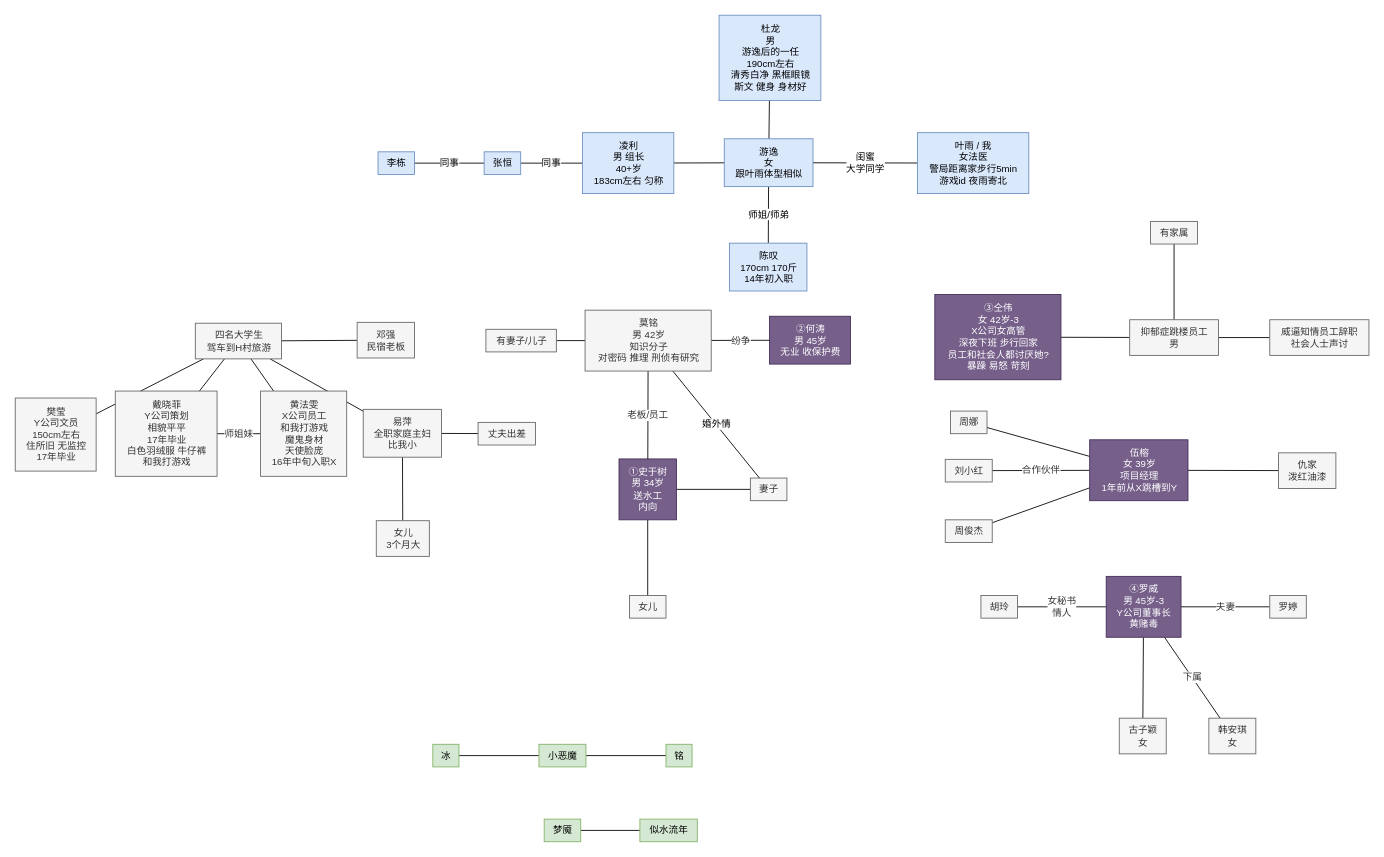
Before: page "5301" (12 of 12) of 剧本杀人物关系【总图】.drawio in luboq/draw.io, a draw.io diagram. Source tidied: cells renumbered, new cells numbered last; positions are measured from the earlier drawing's top-left corner, leaving out a move shared by most shapes. Both pictures are drawn from the tidied source at 87%, with x=0, y=0 at pixel (15, 15).
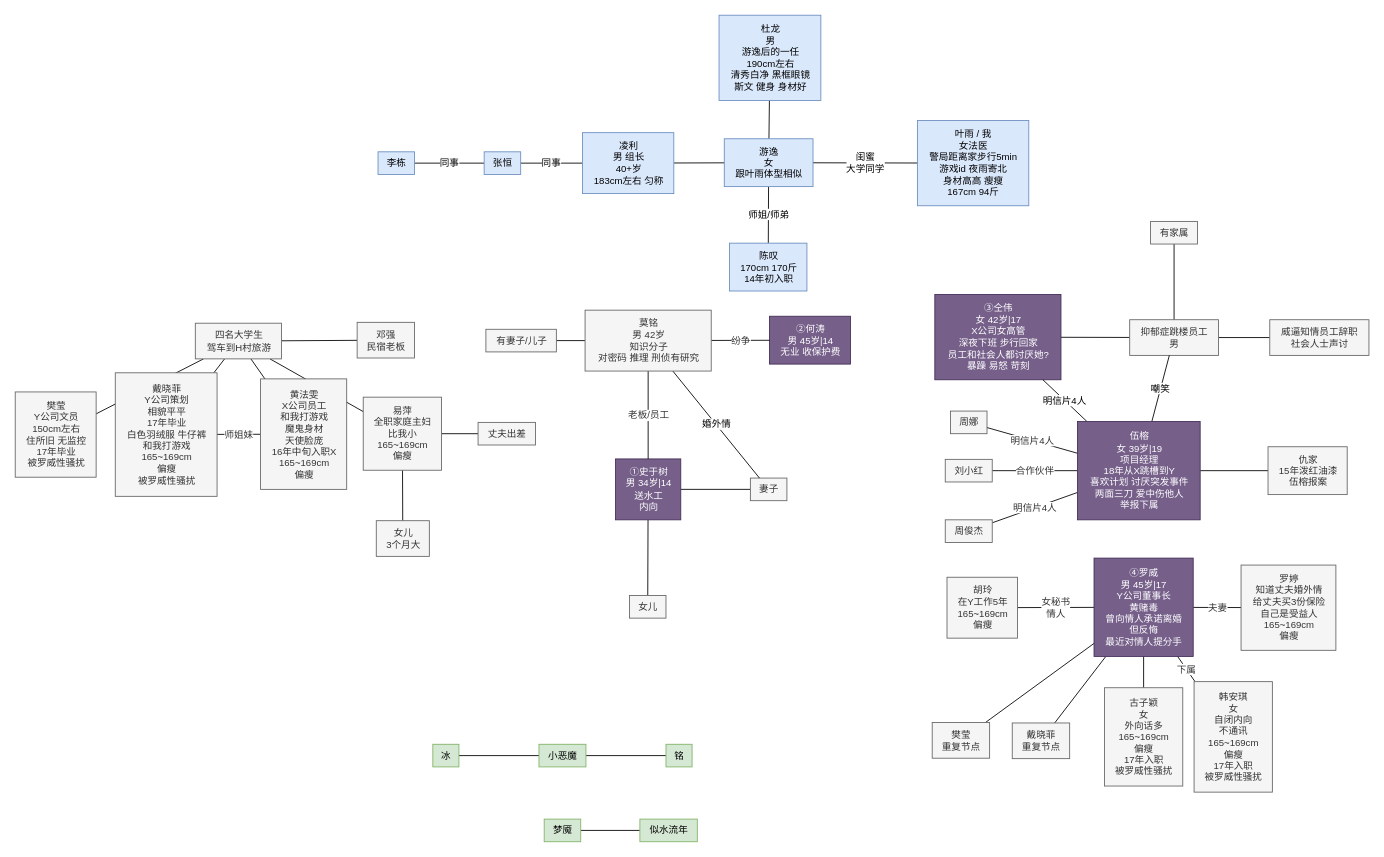
After the change.

Commit message:
更新剧本杀人物关系【总图】.drawio

Unchanged cells that the change refers to:
```xml
<mxCell id="38" value="抑郁症跳楼员工&lt;br&gt;男" style="text;html=1;align=center;verticalAlign=middle;points=[];strokeColor=#666666;fillColor=#f5f5f5;fontSize=11;fontFamily=Helvetica;fontColor=#333333;" parent="1" vertex="1">
  <mxGeometry x="1281" y="350" width="102" height="41" as="geometry" />
</mxCell>
<mxCell id="64" value="周娜" style="text;html=1;align=center;verticalAlign=middle;points=[];strokeColor=#666666;fillColor=#f5f5f5;fontSize=11;fontFamily=Helvetica;fontColor=#333333;" parent="1" vertex="1">
  <mxGeometry x="1075" y="455" width="42" height="26" as="geometry" />
</mxCell>
<mxCell id="66" value="周俊杰" style="text;html=1;align=center;verticalAlign=middle;points=[];strokeColor=#666666;fillColor=#f5f5f5;fontSize=11;fontFamily=Helvetica;fontColor=#333333;" parent="1" vertex="1">
  <mxGeometry x="1069" y="580" width="54" height="26" as="geometry" />
</mxCell>
```

Diff of the diagram source:
```diff
@@
-    <mxCell id="8" value="叶雨 / 我&lt;br&gt;女法医&lt;br&gt;警局距离家步行5min&lt;br&gt;游戏id 夜雨寄北" style="text;html=1;align=center;verticalAlign=middle;points=[];strokeColor=#6c8ebf;fillColor=#dae8fc;fontSize=11;fontFamily=Helvetica;" parent="1" vertex="1">
-      <mxGeometry x="1037" y="135" width="128" height="70" as="geometry" />
+    <mxCell id="8" value="叶雨 / 我&lt;br&gt;女法医&lt;br&gt;警局距离家步行5min&lt;br&gt;游戏id 夜雨寄北&lt;br&gt;身材高高 瘦瘦&lt;br&gt;167cm 94斤" style="text;html=1;align=center;verticalAlign=middle;points=[];strokeColor=#6c8ebf;fillColor=#dae8fc;fontSize=11;fontFamily=Helvetica;" parent="1" vertex="1">
+      <mxGeometry x="1037" y="121" width="128" height="98" as="geometry" />
     </mxCell>
@@
-    <mxCell id="16" value="①史于树&lt;br&gt;男 34岁&lt;br&gt;送水工&lt;br&gt;内向" style="text;html=1;align=center;verticalAlign=middle;points=[];strokeColor=#432D57;fillColor=#76608a;fontSize=11;fontFamily=Helvetica;fontColor=#ffffff;" parent="1" vertex="1">
-      <mxGeometry x="694" y="510" width="66" height="70" as="geometry" />
+    <mxCell id="16" value="①史于树&lt;br&gt;男 34岁|14&lt;br&gt;送水工&lt;br&gt;内向" style="text;html=1;align=center;verticalAlign=middle;points=[];strokeColor=#432D57;fillColor=#76608a;fontSize=11;fontFamily=Helvetica;fontColor=#ffffff;" parent="1" vertex="1">
+      <mxGeometry x="690" y="510" width="75" height="70" as="geometry" />
     </mxCell>
@@
-    <mxCell id="19" value="②何涛&lt;br&gt;男 45岁&lt;br&gt;无业 收保护费" style="text;html=1;align=center;verticalAlign=middle;points=[];strokeColor=#432D57;fillColor=#76608a;fontSize=11;fontFamily=Helvetica;fontColor=#ffffff;" parent="1" vertex="1">
+    <mxCell id="19" value="②何涛&lt;br&gt;男 45岁|14&lt;br&gt;无业 收保护费" style="text;html=1;align=center;verticalAlign=middle;points=[];strokeColor=#432D57;fillColor=#76608a;fontSize=11;fontFamily=Helvetica;fontColor=#ffffff;" parent="1" vertex="1">
       <mxGeometry x="867" y="346" width="93" height="55" as="geometry" />
     </mxCell>
@@
-    <mxCell id="35" value="③仝伟&lt;br&gt;女 42岁-3&lt;br&gt;X公司女高管&lt;br&gt;深夜下班 步行回家&lt;br style=&quot;border-color: var(--border-color);&quot;&gt;员工和社会人都讨厌她?&lt;br&gt;暴躁 易怒 苛刻" style="text;html=1;align=center;verticalAlign=middle;points=[];strokeColor=#432D57;fillColor=#76608a;fontSize=11;fontFamily=Helvetica;fontColor=#ffffff;" parent="1" vertex="1">
+    <mxCell id="35" value="③仝伟&lt;br&gt;女 42岁|17&lt;br&gt;X公司女高管&lt;br&gt;深夜下班 步行回家&lt;br style=&quot;border-color: var(--border-color);&quot;&gt;员工和社会人都讨厌她?&lt;br&gt;暴躁 易怒 苛刻" style="text;html=1;align=center;verticalAlign=middle;points=[];strokeColor=#432D57;fillColor=#76608a;fontSize=11;fontFamily=Helvetica;fontColor=#ffffff;" parent="1" vertex="1">
       <mxGeometry x="1057" y="321" width="145" height="98" as="geometry" />
     </mxCell>
@@
+    <mxCell id="76" style="edgeStyle=none;shape=connector;rounded=0;jettySize=auto;html=1;labelBackgroundColor=default;strokeColor=default;fontFamily=Helvetica;fontSize=11;fontColor=default;endArrow=none;endFill=0;" parent="1" edge="1" source="44" target="80">
+      <mxGeometry relative="1" as="geometry" />
+    </mxCell>
+    <mxCell id="77" style="edgeStyle=none;shape=connector;rounded=0;jettySize=auto;html=1;labelBackgroundColor=default;strokeColor=default;fontFamily=Helvetica;fontSize=11;fontColor=default;endArrow=none;endFill=0;" parent="1" edge="1" source="44" target="81">
+      <mxGeometry relative="1" as="geometry" />
+    </mxCell>
-    <mxCell id="44" value="④罗威&lt;br&gt;男 45岁-3&lt;br&gt;Y公司董事长&lt;br&gt;黄赌毒" style="text;html=1;align=center;verticalAlign=middle;points=[];strokeColor=#432D57;fillColor=#76608a;fontSize=11;fontFamily=Helvetica;fontColor=#ffffff;" parent="1" vertex="1">
-      <mxGeometry x="1254" y="645" width="86" height="70" as="geometry" />
+    <mxCell id="44" value="④罗威&lt;br&gt;男 45岁|17&lt;br&gt;Y公司董事长&lt;br&gt;黄赌毒&lt;br&gt;曾向情人承诺离婚&lt;br&gt;但反悔&lt;br&gt;最近对情人提分手" style="text;html=1;align=center;verticalAlign=middle;points=[];strokeColor=#432D57;fillColor=#76608a;fontSize=11;fontFamily=Helvetica;fontColor=#ffffff;" parent="1" vertex="1">
+      <mxGeometry x="1240" y="624" width="114" height="113" as="geometry" />
     </mxCell>
-    <mxCell id="45" value="樊莹&lt;br&gt;Y公司文员&lt;br&gt;150cm左右&lt;br&gt;住所旧 无监控&lt;br&gt;17年毕业" style="text;html=1;align=center;verticalAlign=middle;points=[];strokeColor=#666666;fillColor=#f5f5f5;fontSize=11;fontFamily=Helvetica;fontColor=#333333;" parent="1" vertex="1">
-      <mxGeometry y="440" width="93" height="84" as="geometry" />
+    <mxCell id="45" value="樊莹&lt;br&gt;Y公司文员&lt;br&gt;150cm左右&lt;br&gt;住所旧 无监控&lt;br&gt;17年毕业&lt;br&gt;被罗威性骚扰" style="text;html=1;align=center;verticalAlign=middle;points=[];strokeColor=#666666;fillColor=#f5f5f5;fontSize=11;fontFamily=Helvetica;fontColor=#333333;" parent="1" vertex="1">
+      <mxGeometry y="433" width="93" height="98" as="geometry" />
     </mxCell>
@@
-    <mxCell id="47" value="戴晓菲&lt;br&gt;Y公司策划&lt;br&gt;相貌平平&lt;br&gt;17年毕业&lt;br&gt;白色羽绒服 牛仔裤&lt;br&gt;和我打游戏" style="text;html=1;align=center;verticalAlign=middle;points=[];strokeColor=#666666;fillColor=#f5f5f5;fontSize=11;fontFamily=Helvetica;fontColor=#333333;" parent="1" vertex="1">
-      <mxGeometry x="115" y="432" width="117" height="98" as="geometry" />
+    <mxCell id="47" value="戴晓菲&lt;br&gt;Y公司策划&lt;br&gt;相貌平平&lt;br&gt;17年毕业&lt;br&gt;白色羽绒服 牛仔裤&lt;br&gt;和我打游戏&lt;br&gt;165~169cm&lt;br&gt;偏瘦&lt;br&gt;被罗威性骚扰" style="text;html=1;align=center;verticalAlign=middle;points=[];strokeColor=#666666;fillColor=#f5f5f5;fontSize=11;fontFamily=Helvetica;fontColor=#333333;" parent="1" vertex="1">
+      <mxGeometry x="115" y="411" width="117" height="142" as="geometry" />
     </mxCell>
-    <mxCell id="48" value="黄法雯&lt;br&gt;X公司员工&lt;br&gt;和我打游戏&lt;br&gt;魔鬼身材&lt;br&gt;天使脸庞&lt;br&gt;16年中旬入职X" style="text;html=1;align=center;verticalAlign=middle;points=[];strokeColor=#666666;fillColor=#f5f5f5;fontSize=11;fontFamily=Helvetica;fontColor=#333333;" parent="1" vertex="1">
-      <mxGeometry x="282" y="432" width="99" height="98" as="geometry" />
+    <mxCell id="48" value="黄法雯&lt;br&gt;X公司员工&lt;br&gt;和我打游戏&lt;br&gt;魔鬼身材&lt;br&gt;天使脸庞&lt;br&gt;16年中旬入职X&lt;br&gt;165~169cm&lt;br&gt;偏瘦" style="text;html=1;align=center;verticalAlign=middle;points=[];strokeColor=#666666;fillColor=#f5f5f5;fontSize=11;fontFamily=Helvetica;fontColor=#333333;" parent="1" vertex="1">
+      <mxGeometry x="282" y="418" width="99" height="127" as="geometry" />
     </mxCell>
@@
-    <mxCell id="51" value="易萍&lt;br&gt;全职家庭主妇&lt;br&gt;比我小" style="text;html=1;align=center;verticalAlign=middle;points=[];strokeColor=#666666;fillColor=#f5f5f5;fontSize=11;fontFamily=Helvetica;fontColor=#333333;" parent="1" vertex="1">
-      <mxGeometry x="400" y="453" width="90" height="55" as="geometry" />
+    <mxCell id="51" value="易萍&lt;br&gt;全职家庭主妇&lt;br&gt;比我小&lt;br&gt;165~169cm&lt;br&gt;偏瘦" style="text;html=1;align=center;verticalAlign=middle;points=[];strokeColor=#666666;fillColor=#f5f5f5;fontSize=11;fontFamily=Helvetica;fontColor=#333333;" parent="1" vertex="1">
+      <mxGeometry x="400" y="439" width="90" height="84" as="geometry" />
     </mxCell>
@@
-    <mxCell id="54" value="罗婷" style="text;html=1;align=center;verticalAlign=middle;points=[];strokeColor=#666666;fillColor=#f5f5f5;fontSize=11;fontFamily=Helvetica;fontColor=#333333;" parent="1" vertex="1">
-      <mxGeometry x="1442" y="667" width="42" height="26" as="geometry" />
+    <mxCell id="54" value="罗婷&lt;br&gt;知道丈夫婚外情&lt;br&gt;给丈夫买3份保险&lt;br&gt;自己是受益人&lt;br&gt;165~169cm&lt;br&gt;偏瘦" style="text;html=1;align=center;verticalAlign=middle;points=[];strokeColor=#666666;fillColor=#f5f5f5;fontSize=11;fontFamily=Helvetica;fontColor=#333333;" parent="1" vertex="1">
+      <mxGeometry x="1409" y="632" width="109" height="98" as="geometry" />
     </mxCell>
-    <mxCell id="55" value="胡玲" style="text;html=1;align=center;verticalAlign=middle;points=[];strokeColor=#666666;fillColor=#f5f5f5;fontSize=11;fontFamily=Helvetica;fontColor=#333333;" parent="1" vertex="1">
-      <mxGeometry x="1110" y="667" width="42" height="26" as="geometry" />
+    <mxCell id="55" value="胡玲&lt;br&gt;在Y工作5年&lt;br&gt;165~169cm&lt;br&gt;偏瘦" style="text;html=1;align=center;verticalAlign=middle;points=[];strokeColor=#666666;fillColor=#f5f5f5;fontSize=11;fontFamily=Helvetica;fontColor=#333333;" parent="1" vertex="1">
+      <mxGeometry x="1071" y="646" width="81" height="70" as="geometry" />
     </mxCell>
-    <mxCell id="56" value="韩安琪&lt;br&gt;女" style="text;html=1;align=center;verticalAlign=middle;points=[];strokeColor=#666666;fillColor=#f5f5f5;fontSize=11;fontFamily=Helvetica;fontColor=#333333;" parent="1" vertex="1">
-      <mxGeometry x="1372" y="808" width="54" height="41" as="geometry" />
+    <mxCell id="56" value="韩安琪&lt;br&gt;女&lt;br&gt;自闭内向&lt;br&gt;不通讯&lt;br&gt;165~169cm&lt;br&gt;偏瘦&lt;br&gt;17年入职&lt;br&gt;被罗威性骚扰" style="text;html=1;align=center;verticalAlign=middle;points=[];strokeColor=#666666;fillColor=#f5f5f5;fontSize=11;fontFamily=Helvetica;fontColor=#333333;" parent="1" vertex="1">
+      <mxGeometry x="1355" y="766" width="90" height="127" as="geometry" />
     </mxCell>
-    <mxCell id="57" value="古子颖&lt;br&gt;女" style="text;html=1;align=center;verticalAlign=middle;points=[];strokeColor=#666666;fillColor=#f5f5f5;fontSize=11;fontFamily=Helvetica;fontColor=#333333;" parent="1" vertex="1">
-      <mxGeometry x="1269" y="808" width="54" height="41" as="geometry" />
+    <mxCell id="57" value="古子颖&lt;br&gt;女&lt;br&gt;外向话多&lt;br&gt;165~169cm&lt;br&gt;偏瘦&lt;br&gt;17年入职&lt;br&gt;被罗威性骚扰" style="text;html=1;align=center;verticalAlign=middle;points=[];strokeColor=#666666;fillColor=#f5f5f5;fontSize=11;fontFamily=Helvetica;fontColor=#333333;" parent="1" vertex="1">
+      <mxGeometry x="1252" y="773" width="90" height="113" as="geometry" />
     </mxCell>
@@
-    <mxCell id="59" style="edgeStyle=none;shape=connector;rounded=0;jettySize=auto;html=1;labelBackgroundColor=default;strokeColor=default;fontFamily=Helvetica;fontSize=11;fontColor=#333333;endArrow=none;endFill=0;" parent="1" edge="1" source="62" target="64">
+    <mxCell id="59" value="明信片4人" style="edgeStyle=none;shape=connector;rounded=0;jettySize=auto;html=1;labelBackgroundColor=default;strokeColor=default;fontFamily=Helvetica;fontSize=11;fontColor=#333333;endArrow=none;endFill=0;" parent="1" edge="1" source="62" target="64">
       <mxGeometry relative="1" as="geometry" />
     </mxCell>
@@
-    <mxCell id="61" style="edgeStyle=none;shape=connector;rounded=0;jettySize=auto;html=1;labelBackgroundColor=default;strokeColor=default;fontFamily=Helvetica;fontSize=11;fontColor=#333333;endArrow=none;endFill=0;" parent="1" edge="1" source="62" target="66">
+    <mxCell id="61" value="明信片4人" style="edgeStyle=none;shape=connector;rounded=0;jettySize=auto;html=1;labelBackgroundColor=default;strokeColor=default;fontFamily=Helvetica;fontSize=11;fontColor=#333333;endArrow=none;endFill=0;" parent="1" edge="1" source="62" target="66">
       <mxGeometry relative="1" as="geometry" />
     </mxCell>
+    <mxCell id="78" value="嘲笑" style="edgeStyle=none;shape=connector;rounded=0;jettySize=auto;html=1;labelBackgroundColor=default;strokeColor=default;fontFamily=Helvetica;fontSize=11;fontColor=default;endArrow=none;endFill=0;" parent="1" edge="1" source="62" target="38">
+      <mxGeometry relative="1" as="geometry" />
+    </mxCell>
+    <mxCell id="79" value="明信片4人" style="edgeStyle=none;shape=connector;rounded=0;jettySize=auto;html=1;labelBackgroundColor=default;strokeColor=default;fontFamily=Helvetica;fontSize=11;fontColor=default;endArrow=none;endFill=0;" parent="1" edge="1" source="62" target="35">
+      <mxGeometry relative="1" as="geometry" />
+    </mxCell>
-    <mxCell id="62" value="伍榕&lt;br&gt;女 39岁&lt;br&gt;项目经理&lt;br&gt;1年前从X跳槽到Y" style="text;html=1;align=center;verticalAlign=middle;points=[];strokeColor=#432D57;fillColor=#76608a;fontSize=11;fontFamily=Helvetica;fontColor=#ffffff;" parent="1" vertex="1">
-      <mxGeometry x="1235" y="488" width="113" height="70" as="geometry" />
+    <mxCell id="62" value="伍榕&lt;br&gt;女 39岁|19&lt;br&gt;项目经理&lt;br&gt;18年从X跳槽到Y&lt;br&gt;喜欢计划 讨厌突发事件&lt;br&gt;两面三刀 爱中伤他人&lt;br&gt;举报下属" style="text;html=1;align=center;verticalAlign=middle;points=[];strokeColor=#432D57;fillColor=#76608a;fontSize=11;fontFamily=Helvetica;fontColor=#ffffff;" parent="1" vertex="1">
+      <mxGeometry x="1221" y="467" width="141" height="113" as="geometry" />
     </mxCell>
-    <mxCell id="63" value="仇家&lt;br&gt;泼红油漆" style="text;html=1;align=center;verticalAlign=middle;points=[];strokeColor=#666666;fillColor=#f5f5f5;fontSize=11;fontFamily=Helvetica;fontColor=#333333;" parent="1" vertex="1">
-      <mxGeometry x="1452" y="503" width="66" height="41" as="geometry" />
+    <mxCell id="63" value="仇家&lt;br&gt;15年泼红油漆&lt;br&gt;伍榕报案" style="text;html=1;align=center;verticalAlign=middle;points=[];strokeColor=#666666;fillColor=#f5f5f5;fontSize=11;fontFamily=Helvetica;fontColor=#333333;" parent="1" vertex="1">
+      <mxGeometry x="1440" y="496" width="91" height="55" as="geometry" />
     </mxCell>
@@
+    <mxCell id="80" value="樊莹&lt;br&gt;重复节点" style="text;html=1;align=center;verticalAlign=middle;points=[];strokeColor=#666666;fillColor=#f5f5f5;fontSize=11;fontFamily=Helvetica;fontColor=#333333;" parent="1" vertex="1">
+      <mxGeometry x="1054" y="813" width="66" height="41" as="geometry" />
+    </mxCell>
+    <mxCell id="81" value="戴晓菲&lt;br&gt;重复节点" style="text;html=1;align=center;verticalAlign=middle;points=[];strokeColor=#666666;fillColor=#f5f5f5;fontSize=11;fontFamily=Helvetica;fontColor=#333333;" parent="1" vertex="1">
+      <mxGeometry x="1146" y="813.5" width="66" height="41" as="geometry" />
+    </mxCell>
```
